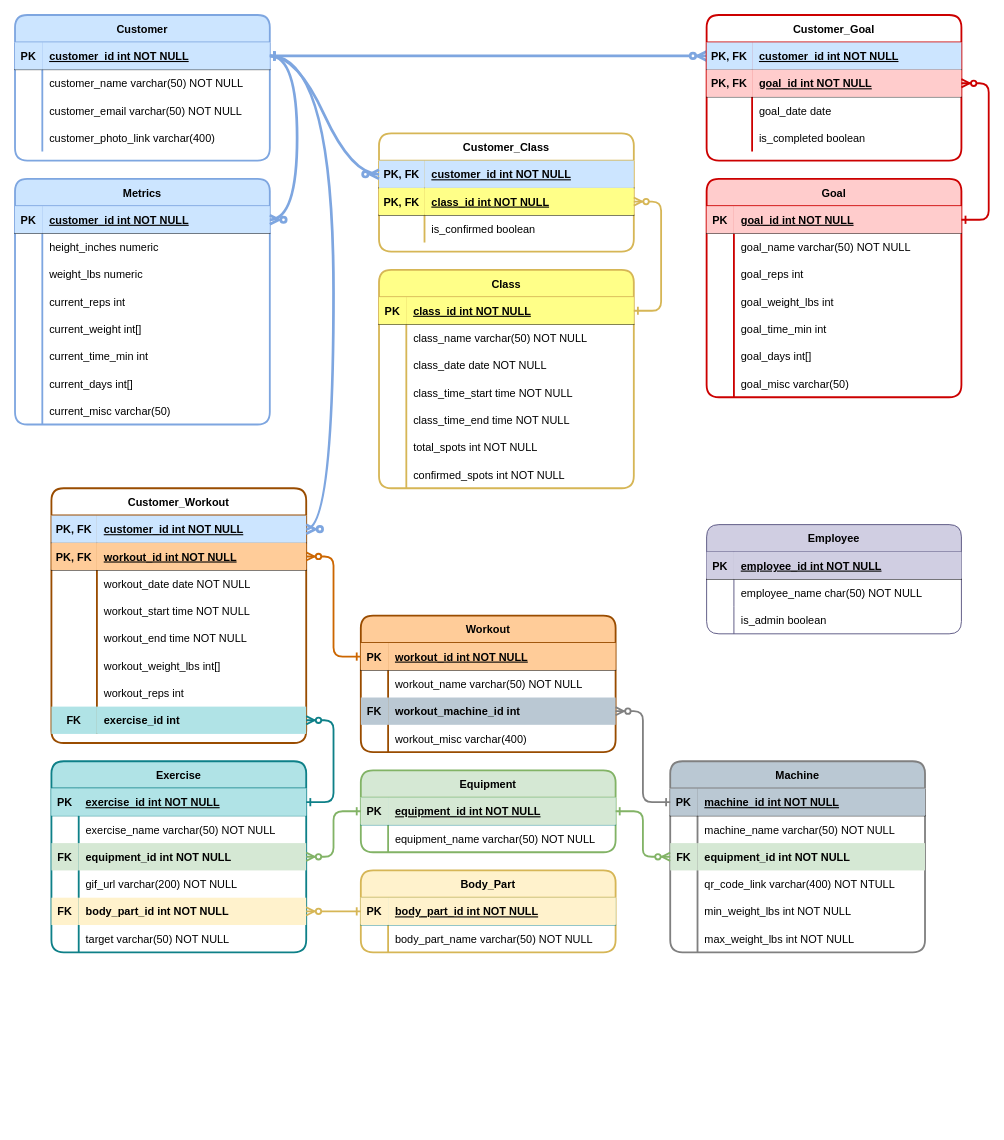
Above: WorkoutCompanion.drawio in kschuljak/kschuljak (draw.io), before the change. Source tidied: cells renumbered, new cells numbered last; positions are measured from the earlier drawing's top-left corner, leaving out a move shared by most shapes. Both pictures are drawn from the tidied source at 91%, with x=0, y=0 at pixel (15, 15).
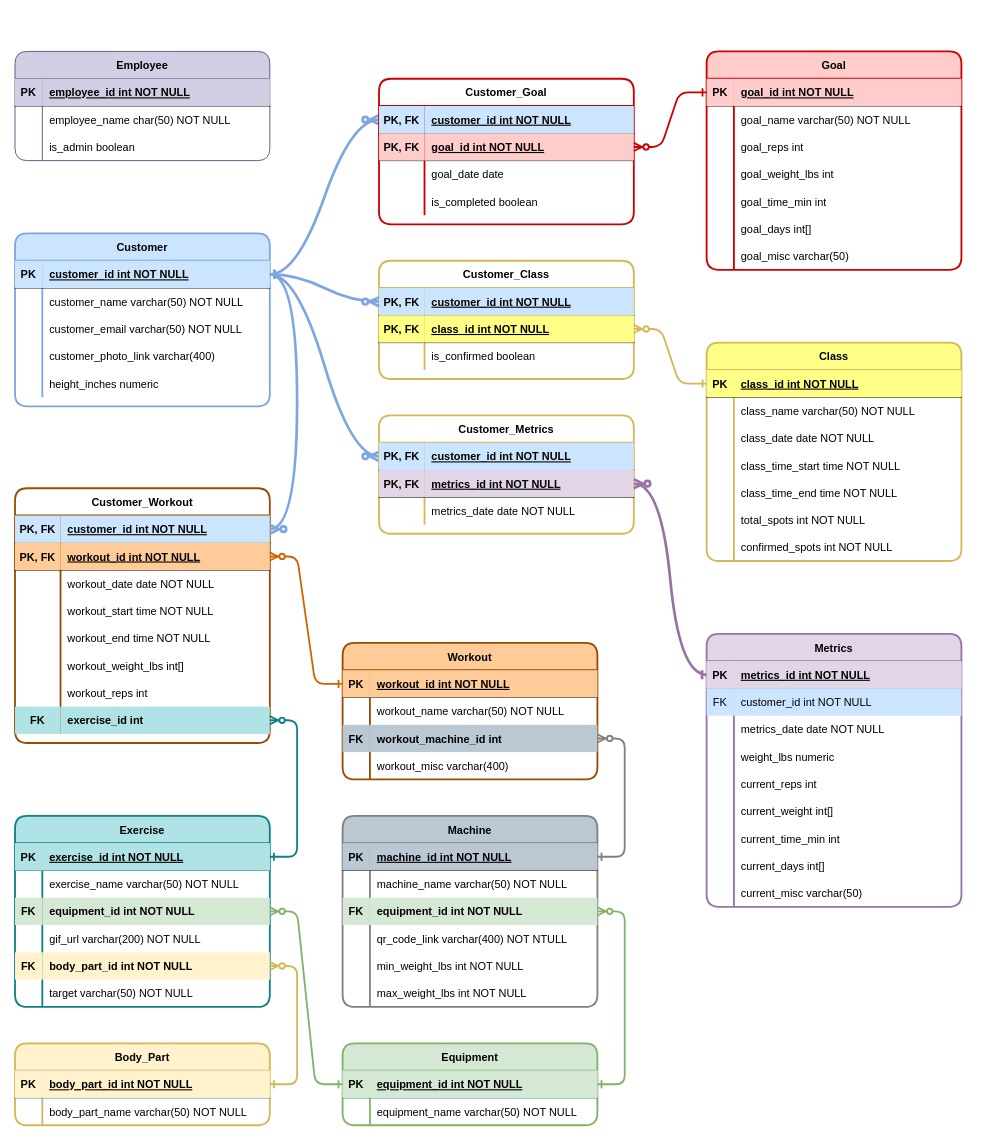
After the change.

Unchanged cells that the change refers to:
```xml
<mxCell id="39" style="shape=partialRectangle;fillColor=none;points=[[0,0.5],[1,0.5]];portConstraint=eastwest;top=0;left=0;right=0;bottom=1;" parent="38" vertex="1">
  <mxGeometry y="30" width="280" height="30" as="geometry" />
</mxCell>
```

Diff of the diagram source:
```diff
@@
     <mxCell id="3" value="Customer_Goal" style="shape=table;startSize=30;childLayout=tableLayout;rowLines=0;fontStyle=1;align=center;rounded=1;strokeColor=#CC0000;strokeWidth=2;" parent="1" vertex="1">
-      <mxGeometry x="760" width="280" height="160" as="geometry" />
+      <mxGeometry x="400" y="70" width="280" height="160" as="geometry" />
     </mxCell>
@@
     <mxCell id="16" value="Goal" style="shape=table;startSize=30;childLayout=tableLayout;rowLines=0;fontStyle=1;align=center;rounded=1;fillColor=#ffcccc;strokeColor=#CC0000;strokeWidth=2;" parent="1" vertex="1">
-      <mxGeometry x="760" y="180" width="280" height="240" as="geometry" />
+      <mxGeometry x="760" y="40" width="280" height="240" as="geometry" />
     </mxCell>
@@
     <mxCell id="38" value="Customer" style="shape=table;startSize=30;childLayout=tableLayout;rowLines=0;fontStyle=1;align=center;fillColor=#cce5ff;strokeColor=#7EA6E0;rounded=1;strokeWidth=2;" parent="1" vertex="1">
-      <mxGeometry width="280" height="160" as="geometry" />
+      <mxGeometry y="240" width="280" height="190" as="geometry" />
     </mxCell>
@@
+    <mxCell id="219" style="shape=partialRectangle;fillColor=none;top=0;left=0;right=0;bottom=0;" parent="38" vertex="1">
+      <mxGeometry y="150" width="280" height="30" as="geometry" />
+    </mxCell>
+    <mxCell id="220" style="shape=partialRectangle;overflow=hidden;fillColor=none;top=0;left=0;bottom=0;right=0;" parent="219" vertex="1">
+      <mxGeometry width="30" height="30" as="geometry" />
+    </mxCell>
+    <mxCell id="221" value="height_inches numeric" style="shape=partialRectangle;overflow=hidden;fillColor=none;top=0;left=0;bottom=0;right=0;align=left;spacingLeft=6;" parent="219" vertex="1">
+      <mxGeometry x="30" width="250" height="30" as="geometry" />
+    </mxCell>
@@
     <mxCell id="52" value="Workout" style="shape=table;startSize=30;childLayout=tableLayout;rowLines=0;fontStyle=1;align=center;rounded=1;fillColor=#ffcc99;strokeColor=#994C00;strokeWidth=2;" parent="1" vertex="1">
-      <mxGeometry x="380" y="660" width="280" height="150" as="geometry" />
+      <mxGeometry x="360" y="690" width="280" height="150" as="geometry" />
     </mxCell>
@@
     <mxCell id="65" value="Customer_Workout" style="shape=table;startSize=30;childLayout=tableLayout;rowLines=0;fontStyle=1;align=center;rounded=1;strokeColor=#994C00;strokeWidth=2;" parent="1" vertex="1">
-      <mxGeometry x="40" y="520" width="280" height="280" as="geometry" />
+      <mxGeometry y="520" width="280" height="280" as="geometry" />
     </mxCell>
@@
     <mxCell id="92" value="Class" style="shape=table;startSize=30;childLayout=tableLayout;rowLines=0;fontStyle=1;align=center;rounded=1;fillColor=#ffff88;strokeColor=#D6B656;strokeWidth=2;" parent="1" vertex="1">
-      <mxGeometry x="400" y="280" width="280" height="240" as="geometry" />
+      <mxGeometry x="760" y="360" width="280" height="240" as="geometry" />
     </mxCell>
@@
     <mxCell id="114" value="Customer_Class" style="shape=table;startSize=30;childLayout=tableLayout;rowLines=0;fontStyle=1;align=center;rounded=1;strokeWidth=2;strokeColor=#D6B656;" parent="1" vertex="1">
-      <mxGeometry x="400" y="130" width="280" height="130" as="geometry" />
+      <mxGeometry x="400" y="270" width="280" height="130" as="geometry" />
     </mxCell>
@@
     <mxCell id="126" value="Machine" style="shape=table;startSize=30;childLayout=tableLayout;rowLines=0;fontStyle=1;align=center;rounded=1;fillColor=#bac8d3;strokeColor=#808080;strokeWidth=2;" parent="1" vertex="1">
-      <mxGeometry x="720" y="820" width="280" height="210" as="geometry" />
+      <mxGeometry x="360" y="880" width="280" height="210" as="geometry" />
     </mxCell>
@@
     <mxCell id="146" value="Employee" style="shape=table;startSize=30;childLayout=tableLayout;rowLines=0;fontStyle=1;align=center;rounded=1;fillColor=#d0cee2;strokeColor=#56517e;" parent="1" vertex="1">
-      <mxGeometry x="760" y="560" width="280" height="120" as="geometry" />
+      <mxGeometry y="40" width="280" height="120" as="geometry" />
     </mxCell>
@@
     <mxCell id="156" value="Exercise" style="shape=table;startSize=30;childLayout=tableLayout;rowLines=0;fontStyle=1;align=center;rounded=1;fillColor=#b0e3e6;strokeColor=#0e8088;strokeWidth=2;" parent="1" vertex="1">
-      <mxGeometry x="40" y="820" width="280" height="210" as="geometry" />
+      <mxGeometry y="880" width="280" height="210" as="geometry" />
     </mxCell>
@@
     <mxCell id="175" value="Equipment" style="shape=table;startSize=30;childLayout=tableLayout;rowLines=0;fontStyle=1;align=center;rounded=1;fillColor=#d5e8d4;strokeColor=#82B366;strokeWidth=2;" parent="1" vertex="1">
-      <mxGeometry x="380" y="830" width="280" height="90" as="geometry" />
+      <mxGeometry x="360" y="1130" width="280" height="90" as="geometry" />
     </mxCell>
@@
     <mxCell id="185" value="Body_Part" style="shape=table;startSize=30;childLayout=tableLayout;rowLines=0;fontStyle=1;align=center;rounded=1;fillColor=#fff2cc;strokeColor=#D6B656;strokeWidth=2;" parent="1" vertex="1">
-      <mxGeometry x="380" y="940" width="280" height="90" as="geometry" />
+      <mxGeometry y="1130" width="280" height="90" as="geometry" />
     </mxCell>
@@
-    <mxCell id="193" value="Metrics" style="shape=table;startSize=30;childLayout=tableLayout;rowLines=0;fontStyle=1;align=center;rounded=1;fillColor=#cce5ff;strokeColor=#7EA6E0;strokeWidth=2;" parent="1" vertex="1">
-      <mxGeometry y="180" width="280" height="270" as="geometry" />
+    <mxCell id="193" value="Metrics" style="shape=table;startSize=30;childLayout=tableLayout;rowLines=0;fontStyle=1;align=center;rounded=1;fillColor=#e1d5e7;strokeColor=#9673a6;strokeWidth=2;" parent="1" vertex="1">
+      <mxGeometry x="760" y="680" width="280" height="300" as="geometry" />
     </mxCell>
-    <mxCell id="194" style="shape=partialRectangle;fillColor=none;points=[[0,0.5],[1,0.5]];portConstraint=eastwest;top=0;left=0;right=0;bottom=1;" parent="193" vertex="1">
+    <mxCell id="194" style="shape=partialRectangle;fillColor=#dae8fc;points=[[0,0.5],[1,0.5]];portConstraint=eastwest;top=0;left=0;right=0;bottom=1;strokeColor=#6c8ebf;" parent="193" vertex="1">
       <mxGeometry y="30" width="280" height="30" as="geometry" />
     </mxCell>
-    <mxCell id="195" value="PK" style="shape=partialRectangle;overflow=hidden;fillColor=#cce5ff;top=0;left=0;bottom=0;right=0;fontStyle=1;strokeColor=#7EA6E0;" parent="194" vertex="1">
+    <mxCell id="195" value="PK" style="shape=partialRectangle;overflow=hidden;fillColor=#e1d5e7;top=0;left=0;bottom=0;right=0;fontStyle=1;strokeColor=#9673a6;" parent="194" vertex="1">
       <mxGeometry width="30" height="30" as="geometry" />
     </mxCell>
-    <mxCell id="196" value="customer_id int NOT NULL " style="shape=partialRectangle;overflow=hidden;fillColor=#cce5ff;top=0;left=0;bottom=0;right=0;align=left;spacingLeft=6;fontStyle=5;strokeColor=#36393d;" parent="194" vertex="1">
+    <mxCell id="196" value="metrics_id int NOT NULL " style="shape=partialRectangle;overflow=hidden;fillColor=#e1d5e7;top=0;left=0;bottom=0;right=0;align=left;spacingLeft=6;fontStyle=5;strokeColor=#9673a6;" parent="194" vertex="1">
       <mxGeometry x="30" width="250" height="30" as="geometry" />
     </mxCell>
+    <mxCell id="222" style="shape=partialRectangle;fillColor=none;top=0;left=0;right=0;bottom=0;" parent="193" vertex="1">
+      <mxGeometry y="60" width="280" height="30" as="geometry" />
+    </mxCell>
+    <mxCell id="223" value="FK" style="shape=partialRectangle;overflow=hidden;fillColor=#cce5ff;top=0;left=0;bottom=0;right=0;strokeColor=#36393d;" parent="222" vertex="1">
+      <mxGeometry width="30" height="30" as="geometry" />
+    </mxCell>
+    <mxCell id="224" value="customer_id int NOT NULL" style="shape=partialRectangle;overflow=hidden;fillColor=#cce5ff;top=0;left=0;bottom=0;right=0;align=left;spacingLeft=6;strokeColor=#36393d;" parent="222" vertex="1">
+      <mxGeometry x="30" width="250" height="30" as="geometry" />
+    </mxCell>
     <mxCell id="197" style="shape=partialRectangle;fillColor=none;top=0;left=0;right=0;bottom=0;" parent="193" vertex="1">
-      <mxGeometry y="60" width="280" height="30" as="geometry" />
+      <mxGeometry y="90" width="280" height="30" as="geometry" />
     </mxCell>
@@
-    <mxCell id="199" value="height_inches numeric" style="shape=partialRectangle;overflow=hidden;fillColor=none;top=0;left=0;bottom=0;right=0;align=left;spacingLeft=6;" parent="197" vertex="1">
+    <mxCell id="199" value="metrics_date date NOT NULL" style="shape=partialRectangle;overflow=hidden;fillColor=none;top=0;left=0;bottom=0;right=0;align=left;spacingLeft=6;" parent="197" vertex="1">
       <mxGeometry x="30" width="250" height="30" as="geometry" />
     </mxCell>
     <mxCell id="200" style="shape=partialRectangle;fillColor=none;top=0;left=0;right=0;bottom=0;" parent="193" vertex="1">
-      <mxGeometry y="90" width="280" height="30" as="geometry" />
+      <mxGeometry y="120" width="280" height="30" as="geometry" />
     </mxCell>
@@
     <mxCell id="203" style="shape=partialRectangle;fillColor=none;top=0;left=0;right=0;bottom=0;" parent="193" vertex="1">
-      <mxGeometry y="120" width="280" height="30" as="geometry" />
+      <mxGeometry y="150" width="280" height="30" as="geometry" />
     </mxCell>
@@
     <mxCell id="206" style="shape=partialRectangle;fillColor=none;top=0;left=0;right=0;bottom=0;" parent="193" vertex="1">
-      <mxGeometry y="150" width="280" height="30" as="geometry" />
+      <mxGeometry y="180" width="280" height="30" as="geometry" />
     </mxCell>
@@
     <mxCell id="209" style="shape=partialRectangle;fillColor=none;top=0;left=0;right=0;bottom=0;" parent="193" vertex="1">
-      <mxGeometry y="180" width="280" height="30" as="geometry" />
+      <mxGeometry y="210" width="280" height="30" as="geometry" />
     </mxCell>
@@
     <mxCell id="212" style="shape=partialRectangle;fillColor=none;top=0;left=0;right=0;bottom=0;" parent="193" vertex="1">
-      <mxGeometry y="210" width="280" height="30" as="geometry" />
+      <mxGeometry y="240" width="280" height="30" as="geometry" />
     </mxCell>
@@
     <mxCell id="215" style="shape=partialRectangle;fillColor=none;top=0;left=0;right=0;bottom=0;" parent="193" vertex="1">
-      <mxGeometry y="240" width="280" height="30" as="geometry" />
+      <mxGeometry y="270" width="280" height="30" as="geometry" />
     </mxCell>
@@
-    <mxCell id="218" style="edgeStyle=entityRelationEdgeStyle;endArrow=ERzeroToMany;startArrow=ERone;endFill=1;startFill=0;strokeWidth=3;fillColor=#cce5ff;strokeColor=#7EA6E0;curved=1;" parent="1" edge="1" source="39" target="194">
+    <mxCell id="218" style="edgeStyle=entityRelationEdgeStyle;endArrow=ERzeroToMany;startArrow=ERone;endFill=1;startFill=0;strokeWidth=3;fillColor=#cce5ff;strokeColor=#7EA6E0;curved=1;entryX=0;entryY=0.5;entryDx=0;entryDy=0;" parent="1" edge="1" source="39" target="226">
       <mxGeometry relative="1" as="geometry" />
     </mxCell>
+    <mxCell id="225" value="Customer_Metrics" style="shape=table;startSize=30;childLayout=tableLayout;rowLines=0;fontStyle=1;align=center;rounded=1;strokeWidth=2;strokeColor=#D6B656;" parent="1" vertex="1">
+      <mxGeometry x="400" y="440" width="280" height="130" as="geometry" />
+    </mxCell>
+    <mxCell id="226" style="shape=partialRectangle;fillColor=none;points=[[0,0.5],[1,0.5]];portConstraint=eastwest;top=0;left=0;right=0;bottom=1;" parent="225" vertex="1">
+      <mxGeometry y="30" width="280" height="30" as="geometry" />
+    </mxCell>
+    <mxCell id="227" value="PK, FK" style="shape=partialRectangle;overflow=hidden;fillColor=#cce5ff;top=0;left=0;bottom=0;right=0;fontStyle=1;strokeColor=#36393d;" parent="226" vertex="1">
+      <mxGeometry width="50" height="30" as="geometry" />
+    </mxCell>
+    <mxCell id="228" value="customer_id int NOT NULL" style="shape=partialRectangle;overflow=hidden;fillColor=#cce5ff;top=0;left=0;bottom=0;right=0;align=left;spacingLeft=6;fontStyle=5;strokeColor=#36393d;" parent="226" vertex="1">
+      <mxGeometry x="50" width="230" height="30" as="geometry" />
+    </mxCell>
+    <mxCell id="229" style="shape=partialRectangle;fillColor=none;points=[[0,0.5],[1,0.5]];portConstraint=eastwest;top=0;left=0;right=0;bottom=1;" parent="225" vertex="1">
+      <mxGeometry y="60" width="280" height="30" as="geometry" />
+    </mxCell>
+    <mxCell id="230" value="PK, FK" style="shape=partialRectangle;overflow=hidden;fillColor=#e1d5e7;top=0;left=0;bottom=0;right=0;fontStyle=1;strokeColor=#9673a6;" parent="229" vertex="1">
+      <mxGeometry width="50" height="30" as="geometry" />
+    </mxCell>
+    <mxCell id="231" value="metrics_id int NOT NULL" style="shape=partialRectangle;overflow=hidden;fillColor=#e1d5e7;top=0;left=0;bottom=0;right=0;align=left;spacingLeft=6;fontStyle=5;strokeColor=#9673a6;" parent="229" vertex="1">
+      <mxGeometry x="50" width="230" height="30" as="geometry" />
+    </mxCell>
+    <mxCell id="232" style="shape=partialRectangle;fillColor=none;top=0;left=0;right=0;bottom=0;" parent="225" vertex="1">
+      <mxGeometry y="90" width="280" height="30" as="geometry" />
+    </mxCell>
+    <mxCell id="233" style="shape=partialRectangle;overflow=hidden;fillColor=none;top=0;left=0;bottom=0;right=0;fontStyle=1;" parent="232" vertex="1">
+      <mxGeometry width="50" height="30" as="geometry" />
+    </mxCell>
+    <mxCell id="234" value="metrics_date date NOT NULL" style="shape=partialRectangle;overflow=hidden;fillColor=none;top=0;left=0;bottom=0;right=0;align=left;spacingLeft=6;fontStyle=0;" parent="232" vertex="1">
+      <mxGeometry x="50" width="230" height="30" as="geometry" />
+    </mxCell>
+    <mxCell id="235" style="edgeStyle=entityRelationEdgeStyle;endArrow=ERzeroToMany;startArrow=ERone;endFill=1;startFill=0;strokeWidth=3;fillColor=#e1d5e7;strokeColor=#9673a6;curved=1;" parent="1" edge="1" source="194" target="229">
+      <mxGeometry relative="1" as="geometry" />
+    </mxCell>
```
